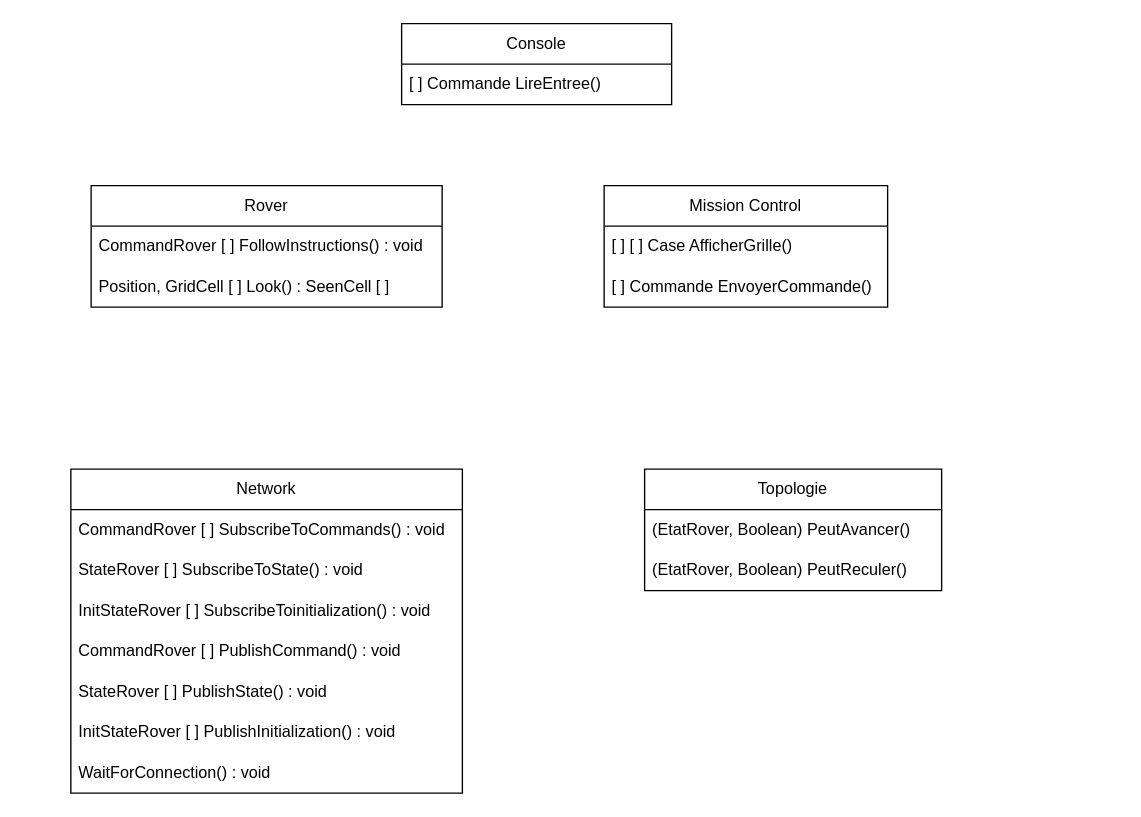
Above: page "Interfaces" (1 of 2) of schema.drawio in pvayssier/archi_logiciel (draw.io), before the change. Source tidied: cells renumbered, new cells numbered last; positions are measured from the earlier drawing's top-left corner, leaving out a move shared by most shapes. Both pictures are drawn from the tidied source at 135%, with x=0, y=0 at pixel (70, 23).
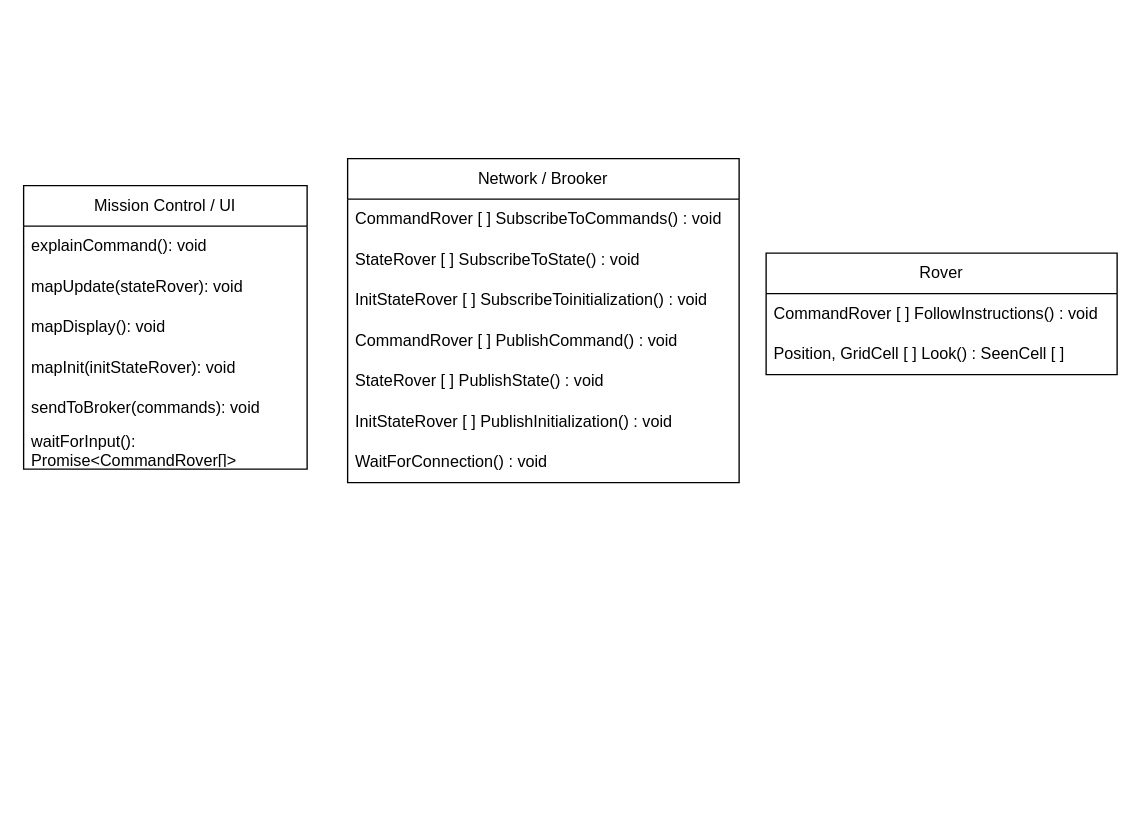
Above is the later version.

The edit, as a diff of the source:
```diff
@@
     <mxCell id="2" value="Rover" style="swimlane;fontStyle=0;horizontal=1;startSize=30;whiteSpace=wrap;html=1;" parent="1" vertex="1">
-      <mxGeometry x="15" y="120" width="260" height="90" as="geometry" />
+      <mxGeometry x="515" y="170" width="260" height="90" as="geometry" />
     </mxCell>
@@
-    <mxCell id="5" value="Topologie" style="swimlane;fontStyle=0;horizontal=1;startSize=30;whiteSpace=wrap;html=1;" parent="1" vertex="1">
-      <mxGeometry x="425" y="330" width="220" height="90" as="geometry" />
-    </mxCell>
-    <mxCell id="6" value="(EtatRover, Boolean) PeutAvancer()" style="text;strokeColor=none;fillColor=none;align=left;verticalAlign=middle;spacingLeft=4;spacingRight=4;overflow=hidden;whiteSpace=wrap;html=1;" parent="5" vertex="1">
-      <mxGeometry y="30" width="220" height="30" as="geometry" />
-    </mxCell>
-    <mxCell id="7" value="(EtatRover, Boolean) PeutReculer()" style="text;strokeColor=none;fillColor=none;align=left;verticalAlign=middle;spacingLeft=4;spacingRight=4;overflow=hidden;whiteSpace=wrap;html=1;" parent="5" vertex="1">
-      <mxGeometry y="60" width="220" height="30" as="geometry" />
-    </mxCell>
-    <mxCell id="8" value="Mission Control" style="swimlane;fontStyle=0;horizontal=1;startSize=30;whiteSpace=wrap;html=1;" parent="1" vertex="1">
-      <mxGeometry x="395" y="120" width="210" height="90" as="geometry" />
+    <mxCell id="8" value="Mission Control / UI" style="swimlane;fontStyle=0;horizontal=1;startSize=30;whiteSpace=wrap;html=1;" parent="1" vertex="1">
+      <mxGeometry x="-35" y="120" width="210" height="210" as="geometry" />
     </mxCell>
-    <mxCell id="9" value="[ ] [ ] Case AfficherGrille()" style="text;strokeColor=none;fillColor=none;align=left;verticalAlign=middle;spacingLeft=4;spacingRight=4;overflow=hidden;whiteSpace=wrap;html=1;" parent="8" vertex="1">
+    <mxCell id="9" value="explainCommand(): void" style="text;strokeColor=none;fillColor=none;align=left;verticalAlign=middle;spacingLeft=4;spacingRight=4;overflow=hidden;whiteSpace=wrap;html=1;" parent="8" vertex="1">
       <mxGeometry y="30" width="210" height="30" as="geometry" />
     </mxCell>
-    <mxCell id="10" value="[ ] Commande EnvoyerCommande()" style="text;strokeColor=none;fillColor=none;align=left;verticalAlign=middle;spacingLeft=4;spacingRight=4;overflow=hidden;whiteSpace=wrap;html=1;" parent="8" vertex="1">
-      <mxGeometry y="60" width="210" height="30" as="geometry" />
-    </mxCell>
+    <mxCell id="21" value="mapUpdate(stateRover): void" style="text;strokeColor=none;fillColor=none;align=left;verticalAlign=middle;spacingLeft=4;spacingRight=4;overflow=hidden;whiteSpace=wrap;html=1;" parent="8" vertex="1">
+      <mxGeometry y="60" width="210" height="30" as="geometry" />
+    </mxCell>
+    <mxCell id="22" value="mapDisplay(): void" style="text;strokeColor=none;fillColor=none;align=left;verticalAlign=middle;spacingLeft=4;spacingRight=4;overflow=hidden;whiteSpace=wrap;html=1;" parent="8" vertex="1">
+      <mxGeometry y="90" width="210" height="30" as="geometry" />
+    </mxCell>
+    <mxCell id="23" value="mapInit(initStateRover): void" style="text;strokeColor=none;fillColor=none;align=left;verticalAlign=middle;spacingLeft=4;spacingRight=4;overflow=hidden;whiteSpace=wrap;html=1;" parent="8" vertex="1">
+      <mxGeometry y="120" width="210" height="30" as="geometry" />
+    </mxCell>
+    <mxCell id="24" value="sendToBroker(commands): void" style="text;strokeColor=none;fillColor=none;align=left;verticalAlign=middle;spacingLeft=4;spacingRight=4;overflow=hidden;whiteSpace=wrap;html=1;" parent="8" vertex="1">
+      <mxGeometry y="150" width="210" height="30" as="geometry" />
+    </mxCell>
+    <mxCell id="25" value="waitForInput(): Promise&amp;lt;CommandRover[]&amp;gt;" style="text;strokeColor=none;fillColor=none;align=left;verticalAlign=middle;spacingLeft=4;spacingRight=4;overflow=hidden;whiteSpace=wrap;html=1;" parent="8" vertex="1">
+      <mxGeometry y="180" width="210" height="30" as="geometry" />
+    </mxCell>
-    <mxCell id="11" value="Network" style="swimlane;fontStyle=0;horizontal=1;startSize=30;whiteSpace=wrap;html=1;" parent="1" vertex="1">
-      <mxGeometry y="330" width="290" height="240" as="geometry" />
+    <mxCell id="11" value="Network / Brooker" style="swimlane;fontStyle=0;horizontal=1;startSize=30;whiteSpace=wrap;html=1;" parent="1" vertex="1">
+      <mxGeometry x="205" y="100" width="290" height="240" as="geometry" />
     </mxCell>
@@
-    <mxCell id="19" value="Console" style="swimlane;fontStyle=0;horizontal=1;startSize=30;whiteSpace=wrap;html=1;" parent="1" vertex="1">
-      <mxGeometry x="245" width="200" height="60" as="geometry" />
-    </mxCell>
-    <mxCell id="20" value="[ ] Commande LireEntree()" style="text;strokeColor=none;fillColor=none;align=left;verticalAlign=middle;spacingLeft=4;spacingRight=4;overflow=hidden;whiteSpace=wrap;html=1;" parent="19" vertex="1">
-      <mxGeometry y="30" width="200" height="30" as="geometry" />
-    </mxCell>
```
